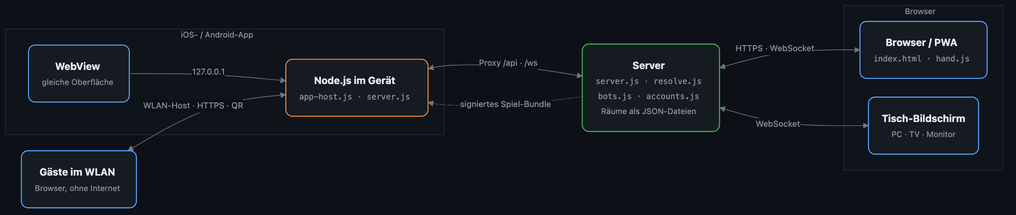
This is docs/architecture.png from sgitaize/letzte-runde, a Mermaid export, as it was before one commit. Its source is kept beside it as docs/architecture.mmd.
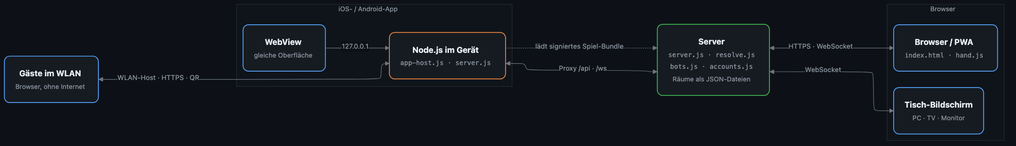
The same diagram one commit later.

Commit message:
docs: cleaner architecture layout (ELK)

Change to the diagram source:
```diff
@@ -10,7 +10,7 @@
   end
   G <-->|"WLAN-Host · HTTPS · QR"| N
   N <-->|"Proxy /api · /ws"| S
-  S -.->|"signiertes Spiel-Bundle"| N
+  N -.->|"lädt signiertes Spiel-Bundle"| S
   S <-->|"HTTPS · WebSocket"| B
   S <-->|WebSocket| T
 
```
